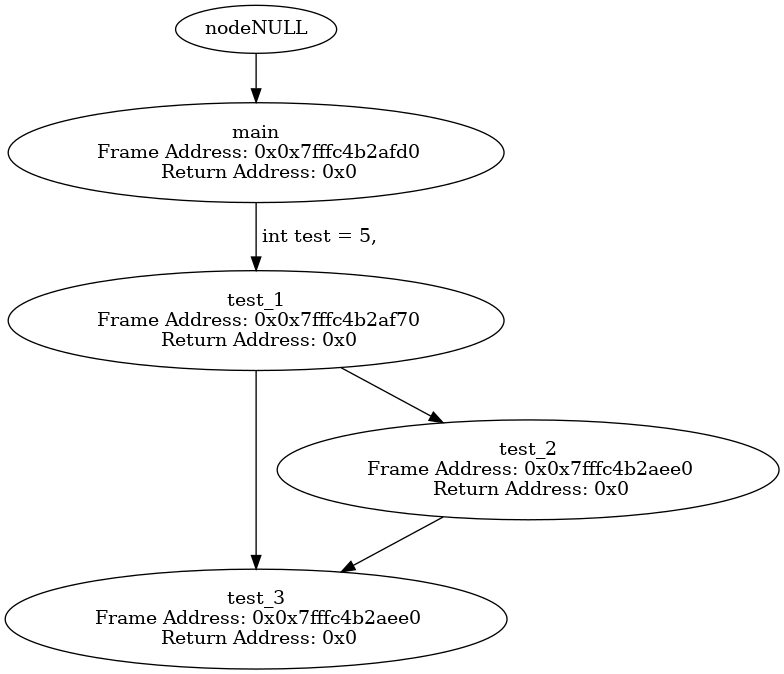
Above: tree.png in SameerDalal/backtrace (Graphviz), before the change. Its source is kept beside it as tree.dot.
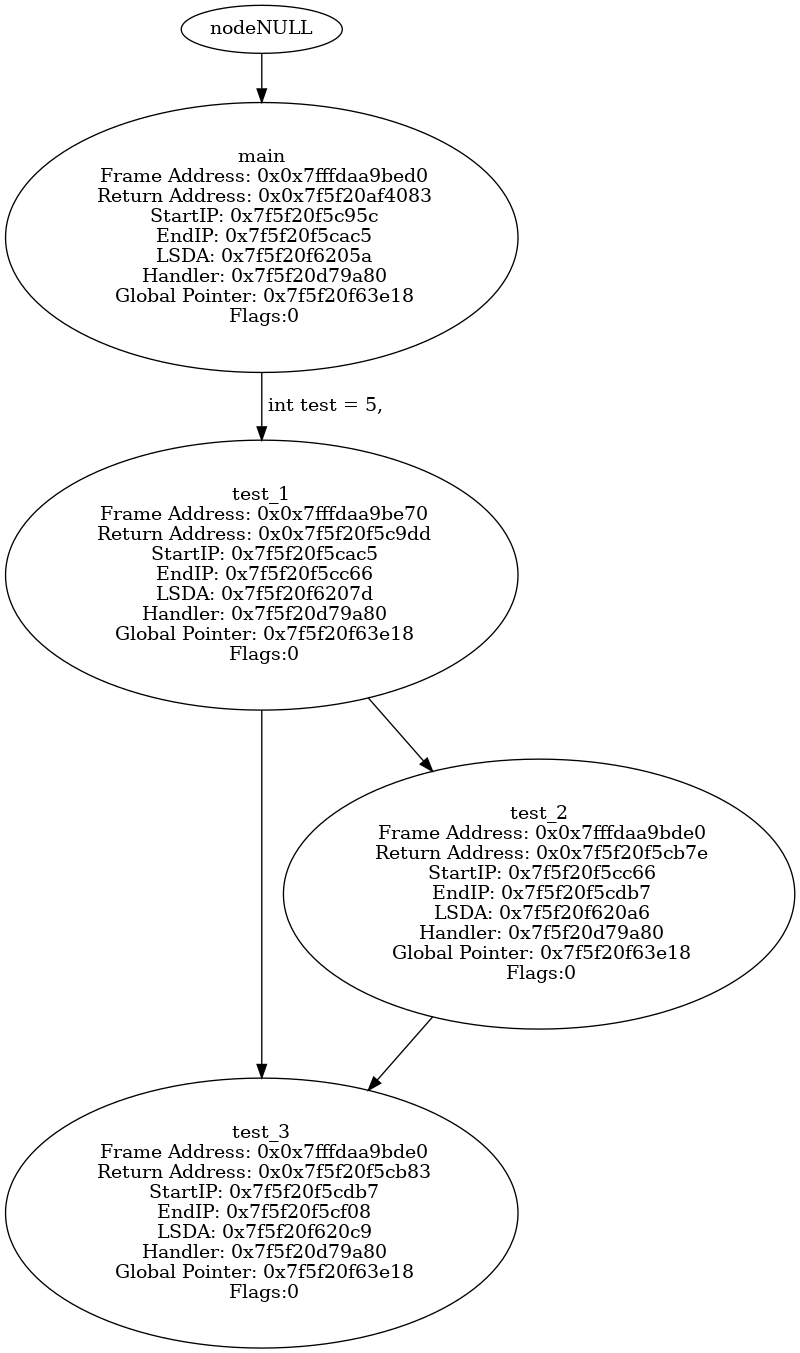
After the change.

Change to the diagram source:
```diff
@@ -1,12 +1,12 @@
 digraph ContextTree {
-nodetest_3 [label="test_3\n Frame Address: 0x0x7fffc4b2ae80\n Return Address: 0x0"];
+nodetest_3 [label="test_3\n Frame Address: 0x0x7fffdaa9bd80\n Return Address: 0x0x7f5f20f5cce2\n StartIP: 0x7f5f20f5cdb7\n EndIP: 0x7f5f20f5cf08\n LSDA: 0x7f5f20f620c9\n Handler: 0x7f5f20d79a80\n Global Pointer: 0x7f5f20f63e18\n Flags:0"];
 nodetest_2 -> nodetest_3
-nodetest_2 [label="test_2\n Frame Address: 0x0x7fffc4b2aee0\n Return Address: 0x0"];
+nodetest_2 [label="test_2\n Frame Address: 0x0x7fffdaa9bde0\n Return Address: 0x0x7f5f20f5cb7e\n StartIP: 0x7f5f20f5cc66\n EndIP: 0x7f5f20f5cdb7\n LSDA: 0x7f5f20f620a6\n Handler: 0x7f5f20d79a80\n Global Pointer: 0x7f5f20f63e18\n Flags:0"];
 nodetest_1 -> nodetest_2
-nodetest_3 [label="test_3\n Frame Address: 0x0x7fffc4b2aee0\n Return Address: 0x0"];
+nodetest_3 [label="test_3\n Frame Address: 0x0x7fffdaa9bde0\n Return Address: 0x0x7f5f20f5cb83\n StartIP: 0x7f5f20f5cdb7\n EndIP: 0x7f5f20f5cf08\n LSDA: 0x7f5f20f620c9\n Handler: 0x7f5f20d79a80\n Global Pointer: 0x7f5f20f63e18\n Flags:0"];
 nodetest_1 -> nodetest_3
-nodetest_1 [label="test_1\n Frame Address: 0x0x7fffc4b2af70\n Return Address: 0x0"];
+nodetest_1 [label="test_1\n Frame Address: 0x0x7fffdaa9be70\n Return Address: 0x0x7f5f20f5c9dd\n StartIP: 0x7f5f20f5cac5\n EndIP: 0x7f5f20f5cc66\n LSDA: 0x7f5f20f6207d\n Handler: 0x7f5f20d79a80\n Global Pointer: 0x7f5f20f63e18\n Flags:0"];
 nodemain -> nodetest_1 [label=" int test = 5, "];
-nodemain [label="main\n Frame Address: 0x0x7fffc4b2afd0\n Return Address: 0x0"];
+nodemain [label="main\n Frame Address: 0x0x7fffdaa9bed0\n Return Address: 0x0x7f5f20af4083\n StartIP: 0x7f5f20f5c95c\n EndIP: 0x7f5f20f5cac5\n LSDA: 0x7f5f20f6205a\n Handler: 0x7f5f20d79a80\n Global Pointer: 0x7f5f20f63e18\n Flags:0"];
 nodeNULL -> nodemain
 }
```
